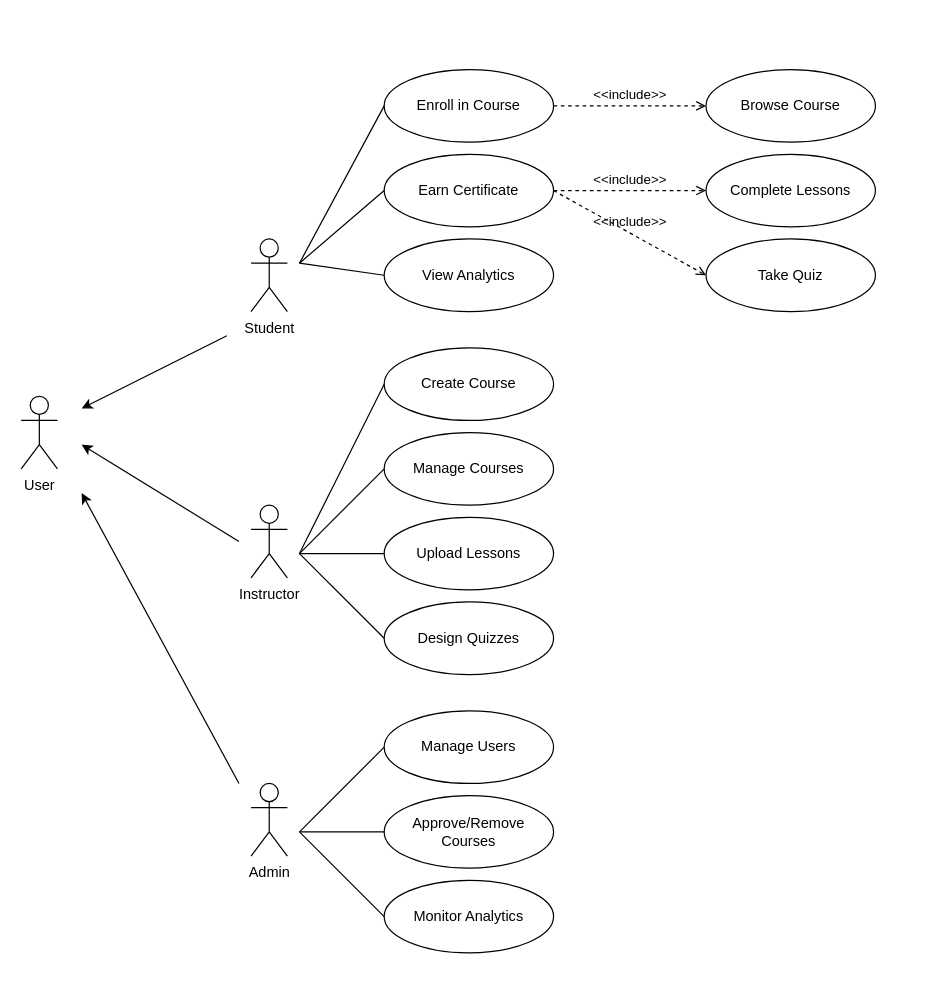
Above: SkillForge UML Design/Use Case Diagram.drawio in Mohab-Tantawy/-SkillForge-UML-Design (draw.io), before the change. Source tidied: cells renumbered, new cells numbered last; positions are measured from the earlier drawing's top-left corner, leaving out a move shared by most shapes. Both pictures are drawn from the tidied source at 121%, with x=0, y=0 at pixel (21, 69).
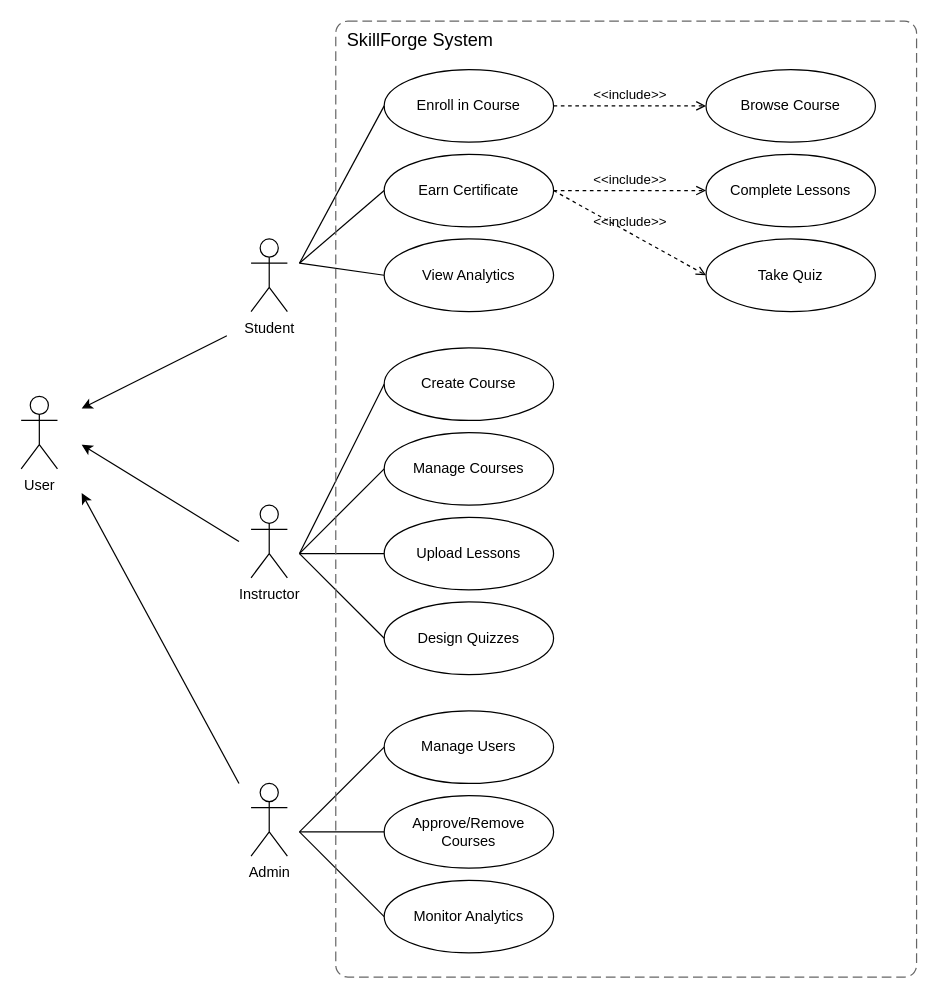
The same diagram, later.

What changed in the source:
```diff
@@
+    <mxCell id="35" style="rounded=1;fontSize=11;whiteSpace=wrap;html=1;dashed=1;arcSize=20;fillColor=none;strokeColor=#666666;fontColor=#333333;labelBackgroundColor=none;align=left;verticalAlign=bottom;labelBorderColor=none;spacingTop=0;spacing=10;dashPattern=8 4;perimeter=rectanglePerimeter;noLabel=0;labelPadding=0;absoluteArcSize=1;" parent="1" vertex="1">
+      <mxGeometry x="260" y="-40" width="480" height="790" as="geometry" />
+    </mxCell>
+    <mxCell id="36" value="SkillForge System" style="text;html=1;whiteSpace=wrap;strokeColor=none;fillColor=none;align=center;verticalAlign=middle;rounded=0;fontSize=15;" parent="1" vertex="1">
+      <mxGeometry x="260" y="-40" width="140" height="30" as="geometry" />
+    </mxCell>
```
